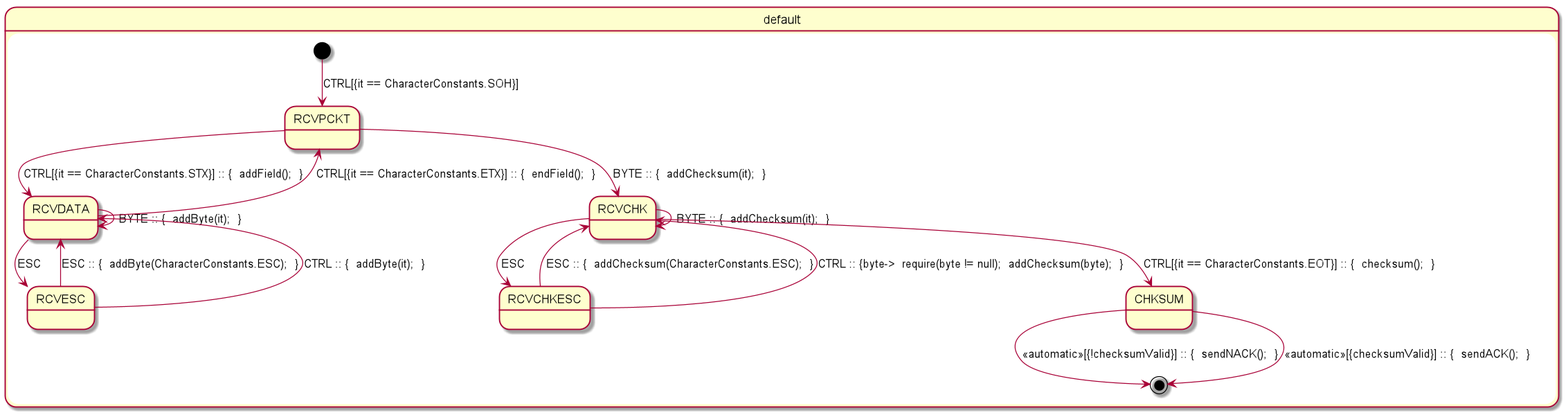
The PlantUML diagram packet_reader-parsed.png in open-jumpco/kfsm-viz, before a commit.
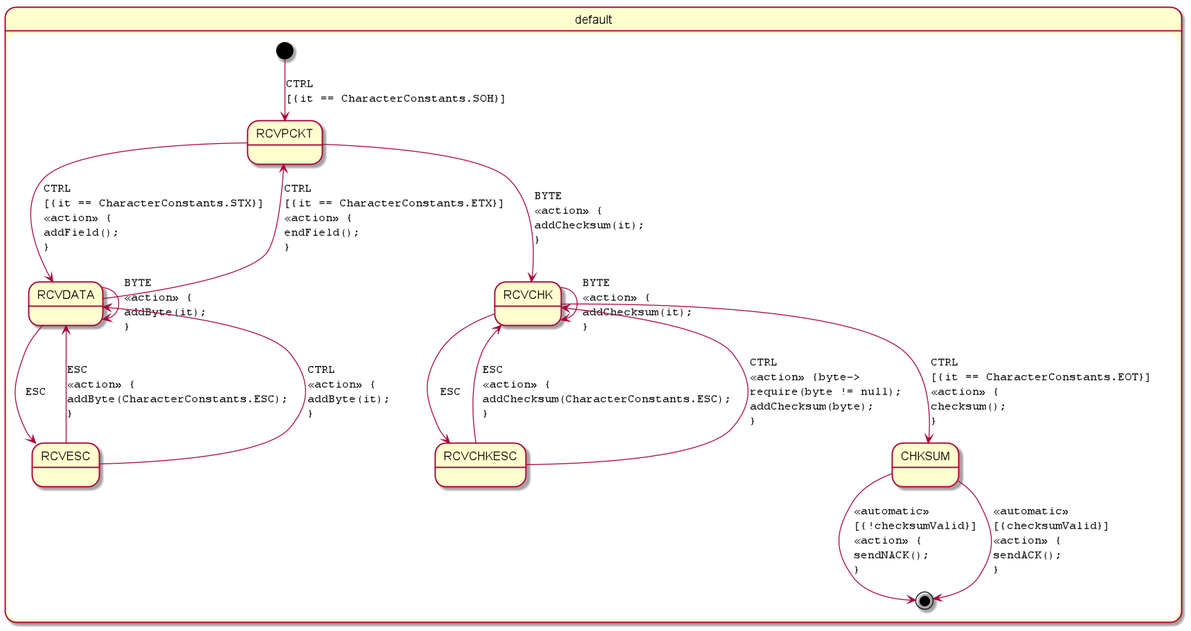
After the change.

What changed in the source:
```diff
@@ -1,19 +1,21 @@
 @startuml
+skinparam StateFontName Helvetica
+skinparam defaultFontName Monospaced
 state default {
-[*] --> RCVPCKT : CTRL[{it == CharacterConstants.SOH}]
-RCVPCKT --> RCVDATA : CTRL[{it == CharacterConstants.STX}] :: {  addField();  }
-RCVPCKT --> RCVCHK : BYTE :: {  addChecksum(it);  }
-RCVDATA --> RCVDATA : BYTE :: {  addByte(it);  }
-RCVDATA --> RCVPCKT : CTRL[{it == CharacterConstants.ETX}] :: {  endField();  }
+[*] --> RCVPCKT : CTRL\l[{it == CharacterConstants.SOH}]
+RCVPCKT --> RCVDATA : CTRL\l[{it == CharacterConstants.STX}]\l<<action>> {\laddField();\l}
+RCVPCKT --> RCVCHK : BYTE\l<<action>> {\laddChecksum(it);\l}
+RCVDATA --> RCVDATA : BYTE\l<<action>> {\laddByte(it);\l}
+RCVDATA --> RCVPCKT : CTRL\l[{it == CharacterConstants.ETX}]\l<<action>> {\lendField();\l}
 RCVDATA --> RCVESC : ESC
-RCVESC --> RCVDATA : ESC :: {  addByte(CharacterConstants.ESC);  }
-RCVESC --> RCVDATA : CTRL :: {  addByte(it);  }
-RCVCHK --> RCVCHK : BYTE :: {  addChecksum(it);  }
+RCVESC --> RCVDATA : ESC\l<<action>> {\laddByte(CharacterConstants.ESC);\l}
+RCVESC --> RCVDATA : CTRL\l<<action>> {\laddByte(it);\l}
+RCVCHK --> RCVCHK : BYTE\l<<action>> {\laddChecksum(it);\l}
 RCVCHK --> RCVCHKESC : ESC
-RCVCHK --> CHKSUM : CTRL[{it == CharacterConstants.EOT}] :: {  checksum();  }
-CHKSUM --> [*] : <<automatic>>[{!checksumValid}] :: {  sendNACK();  }
-CHKSUM --> [*] : <<automatic>>[{checksumValid}] :: {  sendACK();  }
-RCVCHKESC --> RCVCHK : ESC :: {  addChecksum(CharacterConstants.ESC);  }
-RCVCHKESC --> RCVCHK : CTRL :: {byte->  require(byte != null);  addChecksum(byte);  }
+RCVCHK --> CHKSUM : CTRL\l[{it == CharacterConstants.EOT}]\l<<action>> {\lchecksum();\l}
+CHKSUM --> [*] : <<automatic>>\l[{!checksumValid}]\l<<action>> {\lsendNACK();\l}
+CHKSUM --> [*] : <<automatic>>\l[{checksumValid}]\l<<action>> {\lsendACK();\l}
+RCVCHKESC --> RCVCHK : ESC\l<<action>> {\laddChecksum(CharacterConstants.ESC);\l}
+RCVCHKESC --> RCVCHK : CTRL\l<<action>> {byte->\lrequire(byte != null);\laddChecksum(byte);\l}
 }
 @enduml
```
